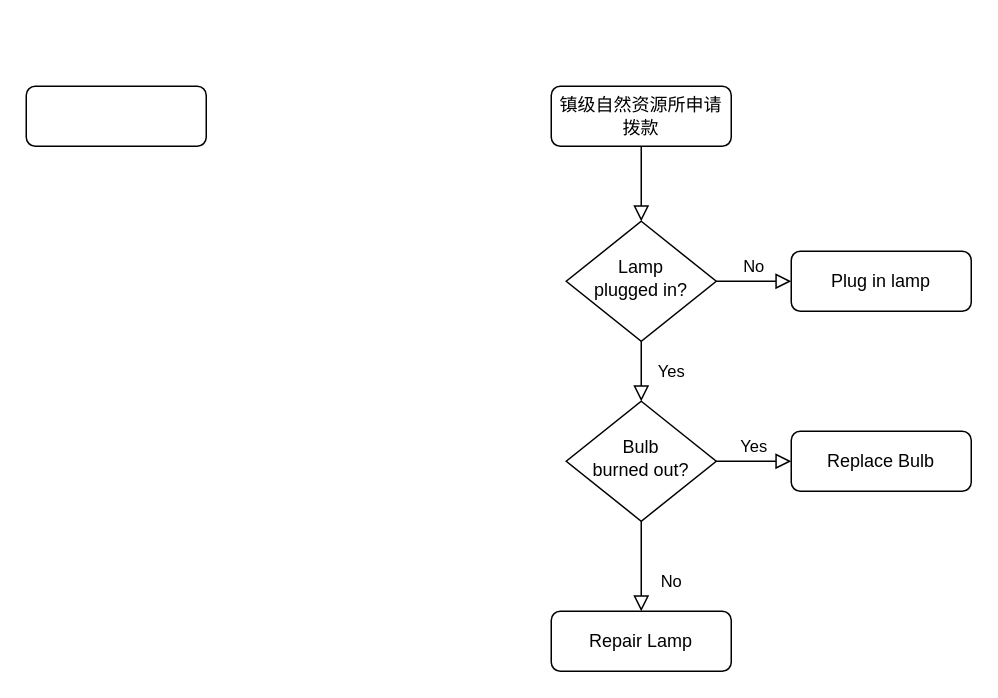
This is Untitled Diagram.drawio from craewu/Helle-World, a draw.io file, before an edit. Source tidied: cells renumbered, new cells numbered last; positions are measured from the earlier drawing's top-left corner, leaving out a move shared by most shapes. Both pictures are drawn from the tidied source at 150%, with x=0, y=0 at pixel (26, 86).
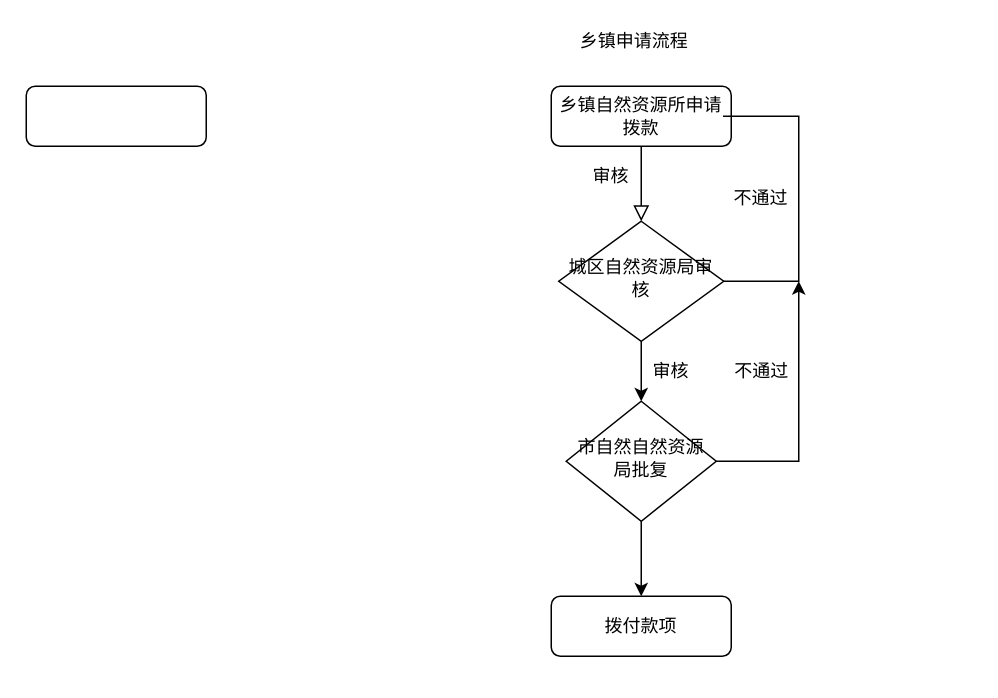
After the change.

The edit, as a diff of the source:
```diff
@@
 <mxGraphModel>
   <root>
     <mxCell id="0" />
     <mxCell id="1" parent="0" />
     <mxCell id="2" style="rounded=0;html=1;jettySize=auto;fontSize=11;endArrow=block;endFill=0;endSize=8;strokeWidth=1;shadow=0;labelBackgroundColor=none;edgeStyle=orthogonalEdgeStyle;" parent="1" edge="1" source="3" target="6">
       <mxGeometry relative="1" as="geometry" />
     </mxCell>
-    <mxCell id="3" value="镇级自然资源所申请拨款" style="rounded=1;whiteSpace=wrap;html=1;fontSize=12;glass=0;strokeWidth=1;shadow=0;" parent="1" vertex="1">
+    <mxCell id="3" value="乡镇自然资源所申请拨款" style="rounded=1;whiteSpace=wrap;html=1;fontSize=12;glass=0;strokeWidth=1;shadow=0;" parent="1" vertex="1">
       <mxGeometry x="350" width="120" height="40" as="geometry" />
     </mxCell>
-    <mxCell id="4" value="Yes" style="rounded=0;html=1;jettySize=auto;fontSize=11;endArrow=block;endFill=0;endSize=8;strokeWidth=1;shadow=0;labelBackgroundColor=none;edgeStyle=orthogonalEdgeStyle;" parent="1" edge="1" source="6" target="10">
-      <mxGeometry y="20" relative="1" as="geometry" />
-    </mxCell>
-    <mxCell id="5" value="No" style="edgeStyle=orthogonalEdgeStyle;rounded=0;html=1;jettySize=auto;fontSize=11;endArrow=block;endFill=0;endSize=8;strokeWidth=1;shadow=0;labelBackgroundColor=none;" parent="1" edge="1" source="6" target="7">
-      <mxGeometry y="10" relative="1" as="geometry" />
-    </mxCell>
-    <mxCell id="6" value="Lamp&lt;br&gt;plugged in?" style="rhombus;whiteSpace=wrap;html=1;shadow=0;fontFamily=Helvetica;fontSize=12;align=center;strokeWidth=1;spacing=6;spacingTop=-4;" parent="1" vertex="1">
-      <mxGeometry x="360" y="90" width="100" height="80" as="geometry" />
+    <mxCell id="6" value="城区自然资源局审核" style="rhombus;whiteSpace=wrap;html=1;shadow=0;fontFamily=Helvetica;fontSize=12;align=center;strokeWidth=1;spacing=6;spacingTop=-4;" parent="1" vertex="1">
+      <mxGeometry x="355" y="90" width="110" height="80" as="geometry" />
     </mxCell>
-    <mxCell id="7" value="Plug in lamp" style="rounded=1;whiteSpace=wrap;html=1;fontSize=12;glass=0;strokeWidth=1;shadow=0;" parent="1" vertex="1">
-      <mxGeometry x="510" y="110" width="120" height="40" as="geometry" />
-    </mxCell>
-    <mxCell id="8" value="No" style="rounded=0;html=1;jettySize=auto;fontSize=11;endArrow=block;endFill=0;endSize=8;strokeWidth=1;shadow=0;labelBackgroundColor=none;edgeStyle=orthogonalEdgeStyle;" parent="1" edge="1" source="10" target="11">
-      <mxGeometry x="0.33" y="20" relative="1" as="geometry" />
-    </mxCell>
-    <mxCell id="9" value="Yes" style="edgeStyle=orthogonalEdgeStyle;rounded=0;html=1;jettySize=auto;fontSize=11;endArrow=block;endFill=0;endSize=8;strokeWidth=1;shadow=0;labelBackgroundColor=none;" parent="1" edge="1" source="10" target="12">
-      <mxGeometry y="10" relative="1" as="geometry" />
-    </mxCell>
-    <mxCell id="10" value="Bulb&lt;br&gt;burned out?" style="rhombus;whiteSpace=wrap;html=1;shadow=0;fontFamily=Helvetica;fontSize=12;align=center;strokeWidth=1;spacing=6;spacingTop=-4;" parent="1" vertex="1">
+    <mxCell id="10" value="市自然自然资源局批复" style="rhombus;whiteSpace=wrap;html=1;shadow=0;fontFamily=Helvetica;fontSize=12;align=center;strokeWidth=1;spacing=6;spacingTop=-4;" parent="1" vertex="1">
       <mxGeometry x="360" y="210" width="100" height="80" as="geometry" />
     </mxCell>
-    <mxCell id="11" value="Repair Lamp" style="rounded=1;whiteSpace=wrap;html=1;fontSize=12;glass=0;strokeWidth=1;shadow=0;" parent="1" vertex="1">
-      <mxGeometry x="350" y="350" width="120" height="40" as="geometry" />
+    <mxCell id="11" value="拨付款项" style="rounded=1;whiteSpace=wrap;html=1;fontSize=12;glass=0;strokeWidth=1;shadow=0;" parent="1" vertex="1">
+      <mxGeometry x="350" y="340" width="120" height="40" as="geometry" />
     </mxCell>
-    <mxCell id="12" value="Replace Bulb" style="rounded=1;whiteSpace=wrap;html=1;fontSize=12;glass=0;strokeWidth=1;shadow=0;" parent="1" vertex="1">
-      <mxGeometry x="510" y="230" width="120" height="40" as="geometry" />
-    </mxCell>
     <mxCell id="13" style="rounded=1;whiteSpace=wrap;html=1;" parent="1" vertex="1">
       <mxGeometry width="120" height="40" as="geometry" />
     </mxCell>
+    <mxCell id="14" value="不通过" style="shape=partialRectangle;whiteSpace=wrap;html=1;bottom=1;right=1;left=1;top=0;fillColor=none;routingCenterX=-0.5;direction=north;" parent="1" vertex="1">
+      <mxGeometry x="465" y="20" width="50" height="110" as="geometry" />
+    </mxCell>
+    <mxCell id="4" style="endArrow=classic;html=1;rounded=0;entryX=0.5;entryY=0;entryDx=0;entryDy=0;exitX=0.5;exitY=1;exitDx=0;exitDy=0;" parent="1" edge="1" source="6" target="10">
+      <mxGeometry relative="1" as="geometry" />
+    </mxCell>
+    <mxCell id="15" value="审核" style="text;html=1;strokeColor=none;fillColor=none;align=center;verticalAlign=middle;whiteSpace=wrap;overflow=hidden;" parent="1" vertex="1">
+      <mxGeometry x="390" y="180" width="80" height="20" as="geometry" />
+    </mxCell>
+    <mxCell id="16" value="审核" style="text;html=1;strokeColor=none;fillColor=none;align=center;verticalAlign=middle;whiteSpace=wrap;overflow=hidden;" parent="1" vertex="1">
+      <mxGeometry x="350" y="50" width="80" height="20" as="geometry" />
+    </mxCell>
+    <mxCell id="17" style="edgeStyle=segmentEdgeStyle;endArrow=classic;html=1;rounded=0;entryX=0;entryY=1;entryDx=0;entryDy=0;" parent="1" edge="1" target="14">
+      <mxGeometry relative="1" as="geometry">
+        <mxPoint x="460" y="250" as="sourcePoint" />
+      </mxGeometry>
+    </mxCell>
+    <mxCell id="18" value="不通过" style="text;html=1;align=center;verticalAlign=middle;strokeColor=none;fillColor=none;" parent="1" vertex="1">
+      <mxGeometry x="465" y="180" width="50" height="20" as="geometry" />
+    </mxCell>
+    <mxCell id="8" style="endArrow=classic;html=1;rounded=0;entryX=0.5;entryY=0;entryDx=0;entryDy=0;exitX=0.5;exitY=1;exitDx=0;exitDy=0;" parent="1" edge="1" source="10" target="11">
+      <mxGeometry relative="1" as="geometry" />
+    </mxCell>
+    <mxCell id="19" value="乡镇申请流程" style="text;html=1;align=center;verticalAlign=middle;strokeColor=none;fillColor=none;" parent="1" vertex="1">
+      <mxGeometry x="360" y="-40" width="90" height="20" as="geometry" />
+    </mxCell>
   </root>
 </mxGraphModel>
```
